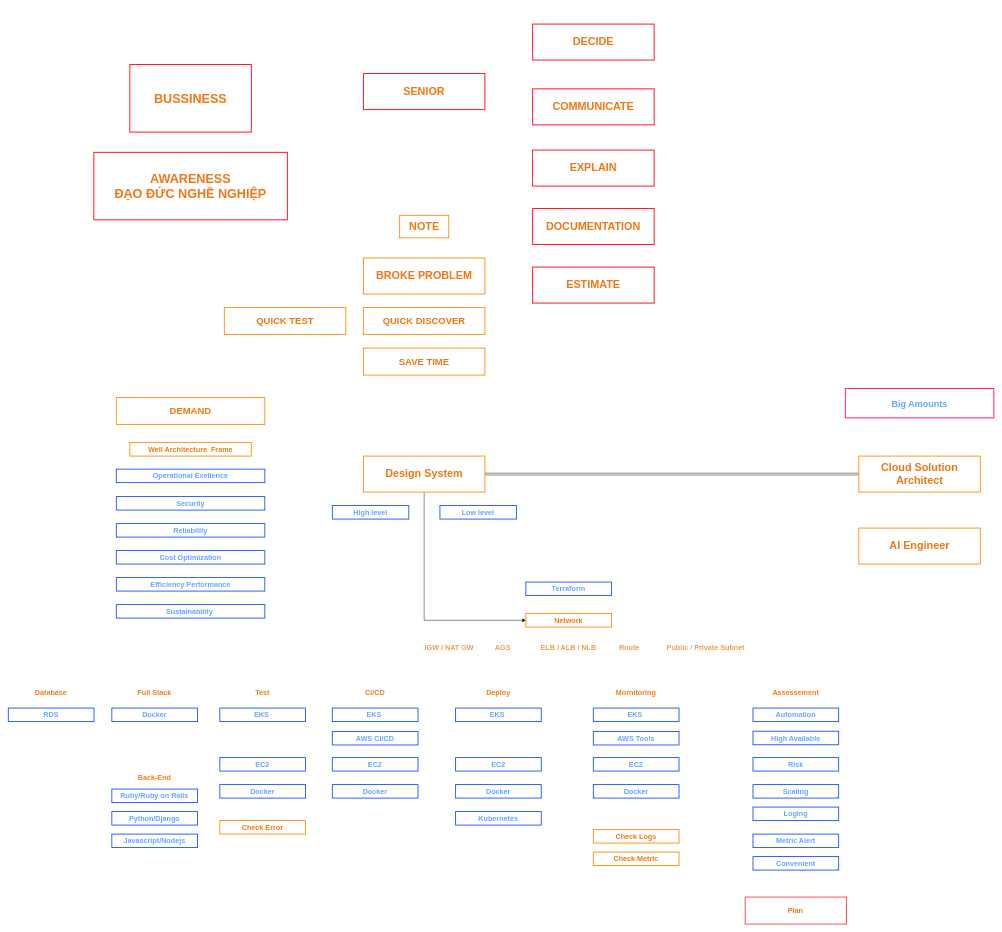
HoangGuruu/drawCloud keeps this draw.io diagram as page "Trang-1" (1 of 2) of MindSet.drawio. Above is the earlier version. Source tidied: cells renumbered, new cells numbered last; positions are measured from the earlier drawing's top-left corner, leaving out a move shared by most shapes. Both pictures are drawn from the tidied source at 45%, with x=0, y=0 at pixel (8, 24).
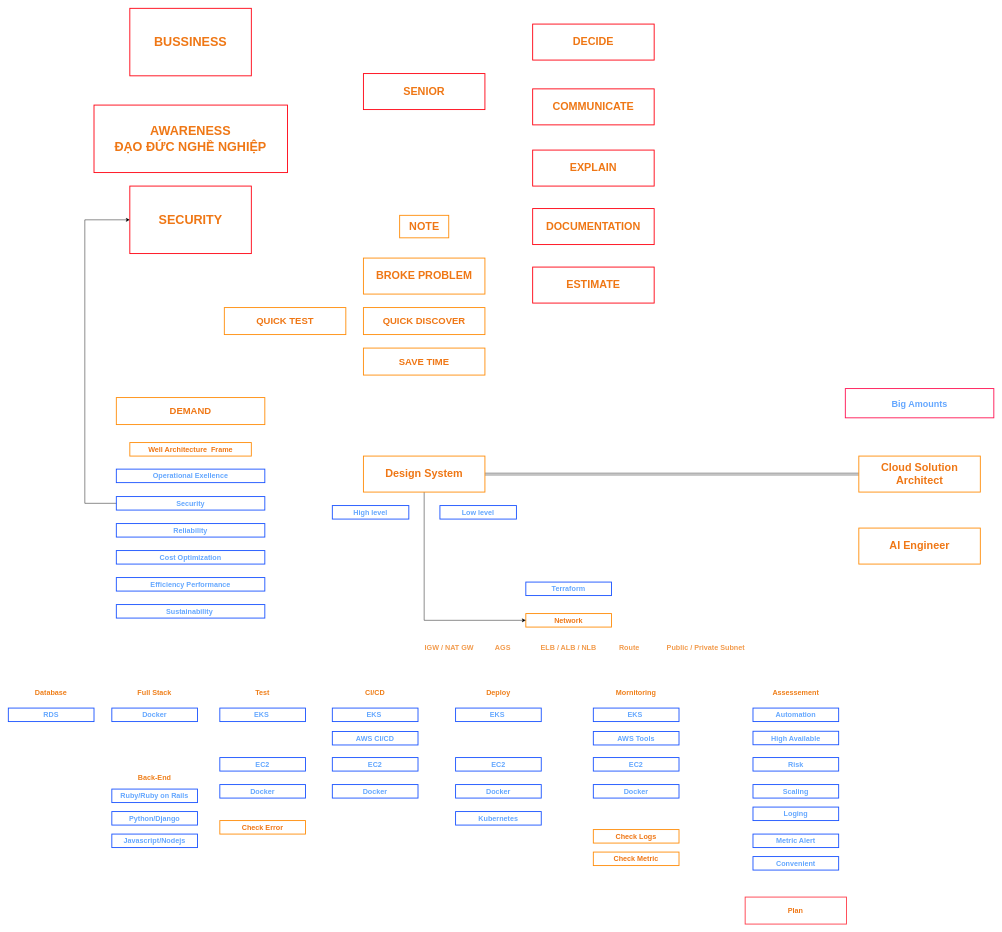
The same diagram, later.

Commit message:
Cập nhật MindSet.drawio

The change refers to these unchanged cells:
```xml
<mxCell id="30" value="Security" style="text;html=1;strokeColor=#1a53ff;fillColor=none;align=center;verticalAlign=middle;whiteSpace=wrap;rounded=0;fontSize=16;fontStyle=1;fontColor=#64a7ff;strokeWidth=2;" parent="1" vertex="1">
  <mxGeometry x="240" y="1050" width="330" height="30" as="geometry" />
</mxCell>
```

Diff of the diagram source:
```diff
@@
+    <mxCell id="77" style="edgeStyle=orthogonalEdgeStyle;rounded=0;jettySize=auto;html=1;entryX=0;entryY=0.5;entryDx=0;entryDy=0;" parent="1" edge="1" source="30" target="78">
+      <mxGeometry relative="1" as="geometry">
+        <Array as="points">
+          <mxPoint x="170" y="1065" />
+          <mxPoint x="170" y="435" />
+        </Array>
+      </mxGeometry>
+    </mxCell>
@@
     <mxCell id="57" value="&lt;span style=&quot;font-size: 28px;&quot;&gt;BUSSINESS&lt;/span&gt;" style="text;html=1;strokeColor=#FF0011;fillColor=none;align=center;verticalAlign=middle;whiteSpace=wrap;rounded=0;fontSize=16;fontStyle=1;fontColor=#ef7715;strokeWidth=2;" parent="1" vertex="1">
-      <mxGeometry x="270" y="90" width="270" height="150" as="geometry" />
+      <mxGeometry x="270" y="-35" width="270" height="150" as="geometry" />
     </mxCell>
@@
     <mxCell id="65" value="&lt;span style=&quot;font-size: 28px;&quot;&gt;AWARENESS&lt;/span&gt;&lt;div&gt;&lt;span style=&quot;font-size: 28px;&quot;&gt;ĐẠO ĐỨC NGHỀ NGHIỆP&lt;/span&gt;&lt;/div&gt;" style="text;html=1;strokeColor=#FF0011;fillColor=none;align=center;verticalAlign=middle;whiteSpace=wrap;rounded=0;fontSize=16;fontStyle=1;fontColor=#ef7715;strokeWidth=2;" parent="1" vertex="1">
-      <mxGeometry x="190" y="285" width="430" height="150" as="geometry" />
+      <mxGeometry x="190.4" y="180" width="430" height="150" as="geometry" />
     </mxCell>
@@
+    <mxCell id="78" value="&lt;span style=&quot;font-size: 28px;&quot;&gt;SECURITY&lt;/span&gt;" style="text;html=1;strokeColor=#FF0011;fillColor=none;align=center;verticalAlign=middle;whiteSpace=wrap;rounded=0;fontSize=16;fontStyle=1;fontColor=#ef7715;strokeWidth=2;" parent="1" vertex="1">
+      <mxGeometry x="270" y="360" width="270" height="150" as="geometry" />
+    </mxCell>
```
